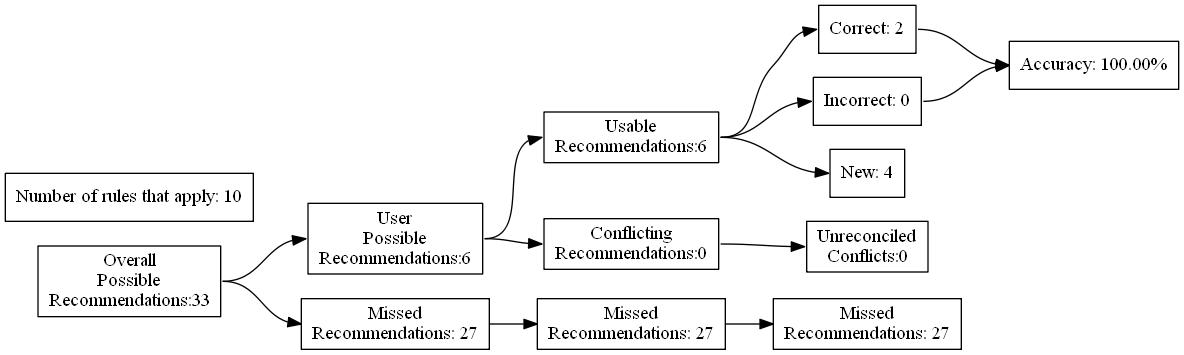
This is test_renders/81.gv.png from ZaxR/ibd_diet_analysis, a Graphviz export, as it was before one commit. Its source is kept beside it as test_renders/81.gv.
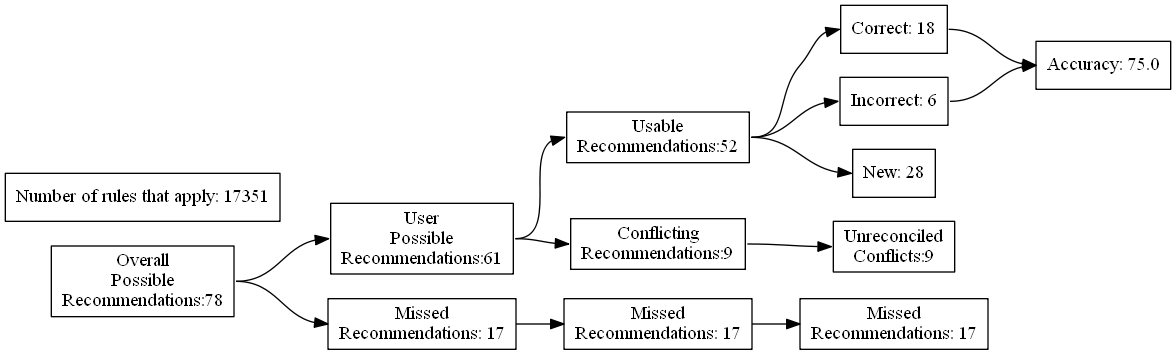
After the commit.

Change to the diagram source:
```diff
@@ -4,27 +4,27 @@
 	edge [headport=w tailport=e]
 		A [label="Overall
 Possible
-Recommendations:33"]
+Recommendations:78"]
 		B [label="User
 Possible
-Recommendations:6"]
+Recommendations:61"]
 		C [label="Missed
-Recommendations: 27"]
+Recommendations: 17"]
 		D [label="Usable
-Recommendations:6"]
+Recommendations:52"]
 		E [label="Conflicting
-Recommendations:0"]
+Recommendations:9"]
 		J [label="Missed
-Recommendations: 27"]
+Recommendations: 17"]
 		M [label="Unreconciled
-Conflicts:0"]
-		F [label="Correct: 2"]
-		G [label="Incorrect: 0"]
-		H [label="New: 4"]
+Conflicts:9"]
+		F [label="Correct: 18"]
+		G [label="Incorrect: 6"]
+		H [label="New: 28"]
 		K [label="Missed
-Recommendations: 27"]
-		I [label="Accuracy: 100.00%"]
-		l [label="Number of rules that apply: 10"]
+Recommendations: 17"]
+		I [label="Accuracy: 75.0"]
+		l [label="Number of rules that apply: 17351"]
 			A -> B
 			A -> C
 			B -> D
```
